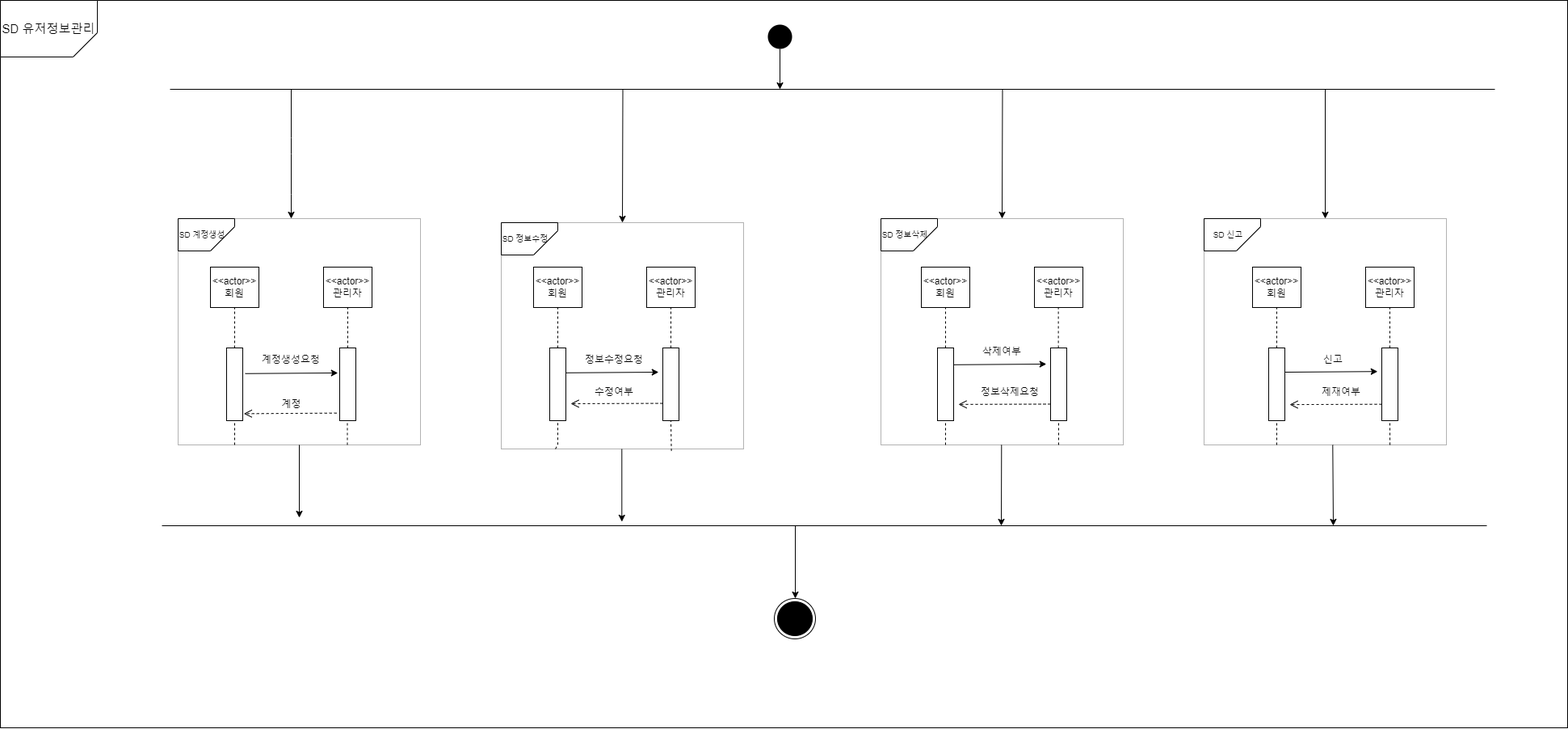
Before: InteractionOverviewDiagram/overviewdiagram2.png, a diagram exported from draw.io (Evergyu/Assignments). Source tidied: cells renumbered, new cells last; positions are measured from the earlier drawing's top-left corner, leaving out a move shared by most shapes.
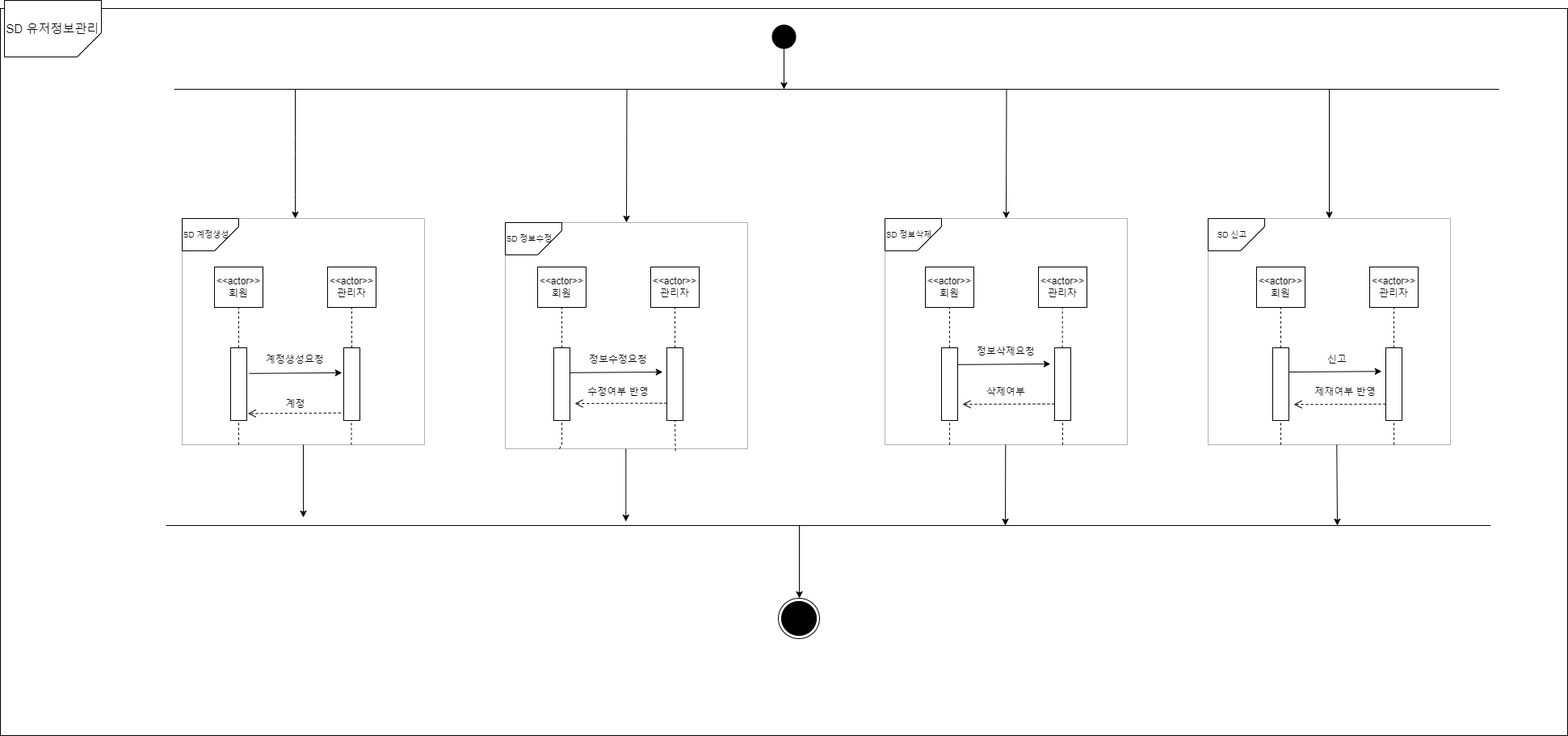
After the change.

Diff of the diagram source:
```diff
@@ -2,6 +2,9 @@
   <root>
     <mxCell id="0" />
     <mxCell id="1" parent="0" />
+    <mxCell id="76" style="rounded=0;whiteSpace=wrap;html=1;fillColor=none;" parent="1" vertex="1">
+      <mxGeometry x="-5" y="10" width="1940" height="900" as="geometry" />
+    </mxCell>
     <mxCell id="2" style="ellipse;fillColor=#000000;strokeColor=none;" parent="1" vertex="1">
       <mxGeometry x="950" y="30" width="30" height="30" as="geometry" />
     </mxCell>
@@ -132,7 +135,7 @@
     <mxCell id="33" value="정보수정요청" style="text;html=1;strokeColor=none;fillColor=none;align=center;verticalAlign=middle;whiteSpace=wrap;rounded=0;" parent="1" vertex="1">
       <mxGeometry x="720" y="430" width="80" height="30" as="geometry" />
     </mxCell>
-    <mxCell id="34" value="수정여부" style="text;html=1;strokeColor=none;fillColor=none;align=center;verticalAlign=middle;whiteSpace=wrap;rounded=0;" parent="1" vertex="1">
+    <mxCell id="34" value="수정여부 반영" style="text;html=1;strokeColor=none;fillColor=none;align=center;verticalAlign=middle;whiteSpace=wrap;rounded=0;" parent="1" vertex="1">
       <mxGeometry x="720" y="470" width="80" height="30" as="geometry" />
     </mxCell>
     <mxCell id="35" style="endArrow=classic;html=1;rounded=0;entryX=0.5;entryY=0;entryDx=0;entryDy=0;" parent="1" edge="1">
@@ -201,10 +204,10 @@
       </mxGeometry>
     </mxCell>
     <mxCell id="49" value="정보삭제요청" style="text;html=1;strokeColor=none;fillColor=none;align=center;verticalAlign=middle;whiteSpace=wrap;rounded=0;" parent="1" vertex="1">
-      <mxGeometry x="1210" y="470" width="80" height="30" as="geometry" />
+      <mxGeometry x="1200" y="420" width="80" height="30" as="geometry" />
     </mxCell>
     <mxCell id="50" value="삭제여부" style="text;html=1;strokeColor=none;fillColor=none;align=center;verticalAlign=middle;whiteSpace=wrap;rounded=0;" parent="1" vertex="1">
-      <mxGeometry x="1200" y="420" width="80" height="30" as="geometry" />
+      <mxGeometry x="1200" y="470" width="80" height="30" as="geometry" />
     </mxCell>
     <mxCell id="51" style="endArrow=none;dashed=1;html=1;rounded=0;fontSize=10;" parent="1" edge="1">
       <mxGeometry relative="1" as="geometry">
@@ -269,7 +272,7 @@
     <mxCell id="65" value="신고" style="text;html=1;strokeColor=none;fillColor=none;align=center;verticalAlign=middle;whiteSpace=wrap;rounded=0;" parent="1" vertex="1">
       <mxGeometry x="1610" y="430" width="80" height="30" as="geometry" />
     </mxCell>
-    <mxCell id="66" value="제재여부" style="text;html=1;strokeColor=none;fillColor=none;align=center;verticalAlign=middle;whiteSpace=wrap;rounded=0;" parent="1" vertex="1">
+    <mxCell id="66" value="제재여부 반영" style="text;html=1;strokeColor=none;fillColor=none;align=center;verticalAlign=middle;whiteSpace=wrap;rounded=0;" parent="1" vertex="1">
       <mxGeometry x="1620" y="470" width="80" height="30" as="geometry" />
     </mxCell>
     <mxCell id="67" style="endArrow=none;dashed=1;html=1;rounded=0;fontSize=10;" parent="1" edge="1">
@@ -321,9 +324,6 @@
     <mxCell id="75" style="ellipse;html=1;shape=endState;fillColor=#000000;strokeColor=#000000;fontSize=10;" parent="1" vertex="1">
       <mxGeometry x="958" y="740" width="51" height="50" as="geometry" />
     </mxCell>
-    <mxCell id="76" style="rounded=0;whiteSpace=wrap;html=1;fillColor=none;" parent="1" vertex="1">
-      <mxGeometry width="1940" height="900" as="geometry" />
-    </mxCell>
     <mxCell id="77" style="shape=card;whiteSpace=wrap;html=1;rotation=-180;" parent="1" vertex="1">
       <mxGeometry width="120" height="70" as="geometry" />
     </mxCell>
```
